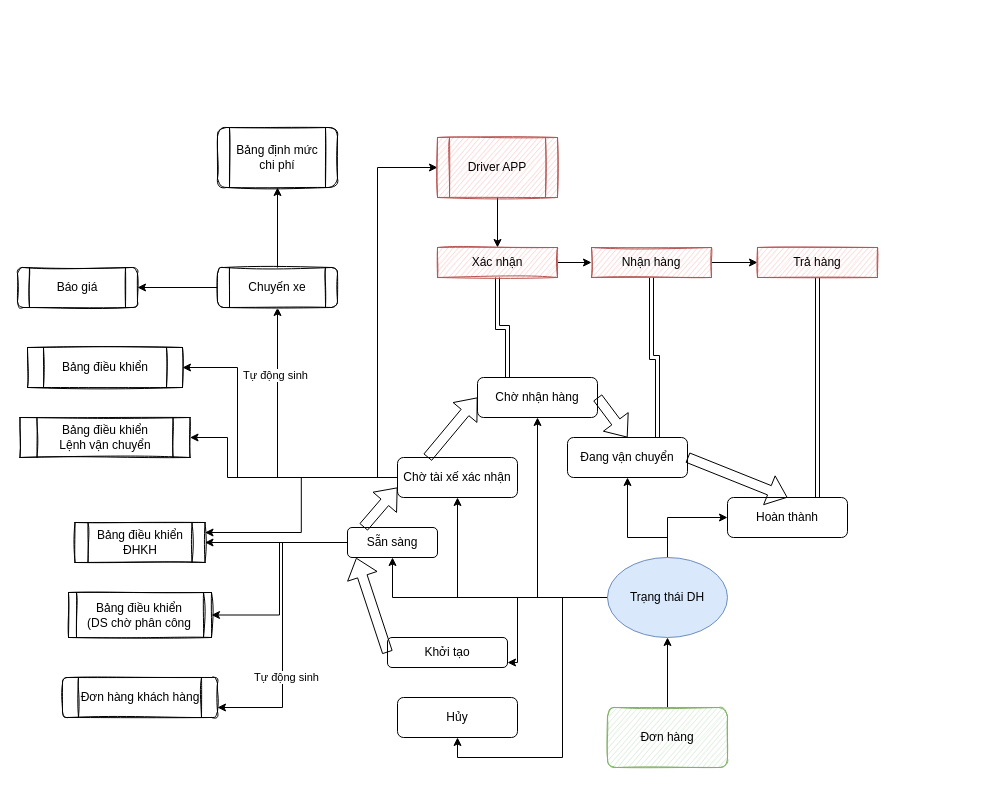
The draw.io diagram page "Page-2" (2 of 2) of Untitled Diagram.drawio in VanAnhTo/Blog, before the edit. Source tidied: cells renumbered, new cells numbered last; positions are measured from the earlier drawing's top-left corner, leaving out a move shared by most shapes. Both pictures are drawn from the tidied source at 100%, with x=0, y=0 at pixel (17, 127).
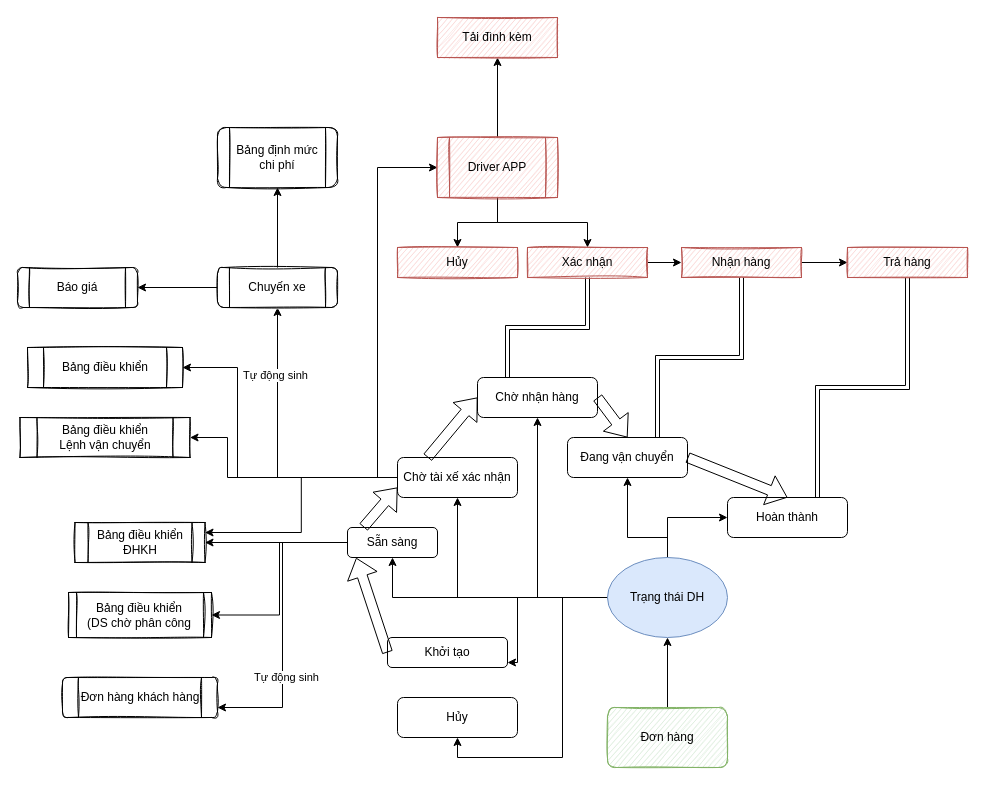
After the change.

Unchanged cells that the change refers to:
```xml
<mxCell id="44" value="Driver APP" style="shape=process;whiteSpace=wrap;html=1;backgroundOutline=1;shadow=0;glass=0;sketch=1;fillColor=#f8cecc;strokeColor=#b85450;rounded=0;" parent="1" vertex="1">
  <mxGeometry x="420" y="10" width="120" height="60" as="geometry" />
</mxCell>
```

Change to the diagram source:
```diff
@@
+    <mxCell id="54" style="edgeStyle=orthogonalEdgeStyle;rounded=0;jettySize=auto;html=1;" parent="1" edge="1" source="44" target="56">
+      <mxGeometry relative="1" as="geometry" />
+    </mxCell>
+    <mxCell id="55" style="edgeStyle=orthogonalEdgeStyle;rounded=0;jettySize=auto;html=1;entryX=0.5;entryY=0;entryDx=0;entryDy=0;" parent="1" edge="1" source="44" target="57">
+      <mxGeometry relative="1" as="geometry" />
+    </mxCell>
@@
     <mxCell id="48" value="Xác nhận" style="whiteSpace=wrap;html=1;rounded=0;shadow=0;strokeColor=#b85450;fillColor=#f8cecc;glass=0;sketch=1;" parent="1" vertex="1">
-      <mxGeometry x="420" y="120" width="120" height="30" as="geometry" />
+      <mxGeometry x="510" y="120" width="120" height="30" as="geometry" />
     </mxCell>
@@
     <mxCell id="51" value="Nhận hàng" style="whiteSpace=wrap;html=1;rounded=0;shadow=0;strokeColor=#b85450;fillColor=#f8cecc;glass=0;sketch=1;" parent="1" vertex="1">
-      <mxGeometry x="574" y="120" width="120" height="30" as="geometry" />
+      <mxGeometry x="664" y="120" width="120" height="30" as="geometry" />
     </mxCell>
@@
     <mxCell id="53" value="Trả hàng" style="whiteSpace=wrap;html=1;rounded=0;shadow=0;strokeColor=#b85450;fillColor=#f8cecc;glass=0;sketch=1;" parent="1" vertex="1">
-      <mxGeometry x="740" y="120" width="120" height="30" as="geometry" />
+      <mxGeometry x="830" y="120" width="120" height="30" as="geometry" />
     </mxCell>
+    <mxCell id="56" value="Tải đình kèm" style="whiteSpace=wrap;html=1;rounded=0;shadow=0;strokeColor=#b85450;fillColor=#f8cecc;glass=0;sketch=1;" parent="1" vertex="1">
+      <mxGeometry x="420" y="-110" width="120" height="40" as="geometry" />
+    </mxCell>
+    <mxCell id="57" value="Hủy" style="whiteSpace=wrap;html=1;rounded=0;shadow=0;strokeColor=#b85450;fillColor=#f8cecc;glass=0;sketch=1;" parent="1" vertex="1">
+      <mxGeometry x="380" y="120" width="120" height="30" as="geometry" />
+    </mxCell>
```
